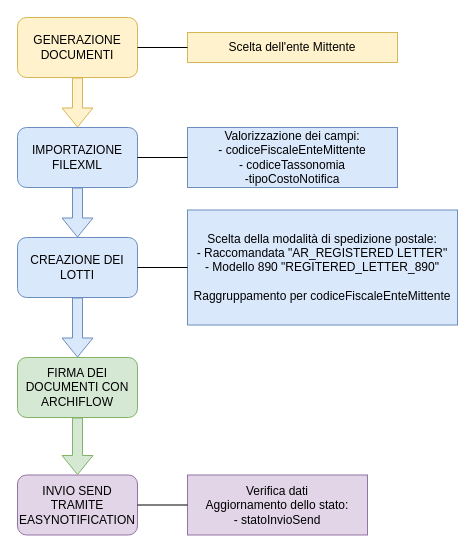
marcogarbujoabaco/drawio keeps this draw.io diagram as page "Caricamento" (1 of 5) of Easy Notification.drawio. Above is the earlier version. Source tidied: cells renumbered, new cells numbered last; positions are measured from the earlier drawing's top-left corner, leaving out a move shared by most shapes. Both pictures are drawn from the tidied source at 100%, with x=0, y=0 at pixel (17, 17).
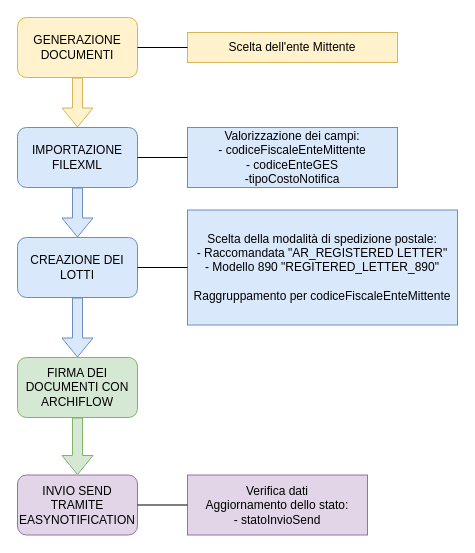
The same diagram, later.

The edit, as a diff of the source:
```diff
@@
-    <mxCell id="6" value="Valorizzazione dei campi:&lt;br&gt;- codiceFiscaleEnteMittente&lt;div&gt;- codiceTassonomia&lt;/div&gt;&lt;div&gt;-tipoCostoNotifica&lt;/div&gt;" style="text;html=1;align=center;verticalAlign=middle;whiteSpace=wrap;rounded=0;strokeColor=#6c8ebf;fillColor=#dae8fc;" parent="1" vertex="1">
+    <mxCell id="6" value="Valorizzazione dei campi:&lt;br&gt;- codiceFiscaleEnteMittente&lt;div&gt;- codiceEnteGES&lt;/div&gt;&lt;div&gt;-tipoCostoNotifica&lt;/div&gt;" style="text;html=1;align=center;verticalAlign=middle;whiteSpace=wrap;rounded=0;strokeColor=#6c8ebf;fillColor=#dae8fc;" parent="1" vertex="1">
       <mxGeometry x="170" y="110" width="210" height="60" as="geometry" />
     </mxCell>
```
